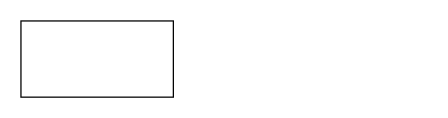
The draw.io diagram Test.drawio in Sanzio88/Draw, before the edit. Source tidied: cells renumbered, new cells numbered last; positions are measured from the earlier drawing's top-left corner, leaving out a move shared by most shapes. Both pictures are drawn from the tidied source at 127%, with x=0, y=0 at pixel (20, 20).
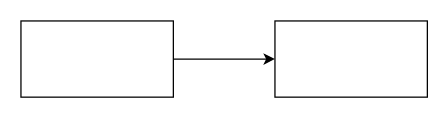
After the change.

Change to the diagram source:
```diff
@@
 <mxGraphModel>
   <root>
     <mxCell id="0" />
     <mxCell id="1" parent="0" />
+    <mxCell id="3" style="edgeStyle=orthogonalEdgeStyle;rounded=0;jettySize=auto;html=1;" parent="1" edge="1" source="2" target="4">
+      <mxGeometry relative="1" as="geometry" />
+    </mxCell>
     <mxCell id="2" style="rounded=0;whiteSpace=wrap;html=1;" parent="1" vertex="1">
       <mxGeometry width="120" height="60" as="geometry" />
     </mxCell>
+    <mxCell id="4" style="rounded=0;whiteSpace=wrap;html=1;" parent="1" vertex="1">
+      <mxGeometry x="200" width="120" height="60" as="geometry" />
+    </mxCell>
   </root>
 </mxGraphModel>
```
